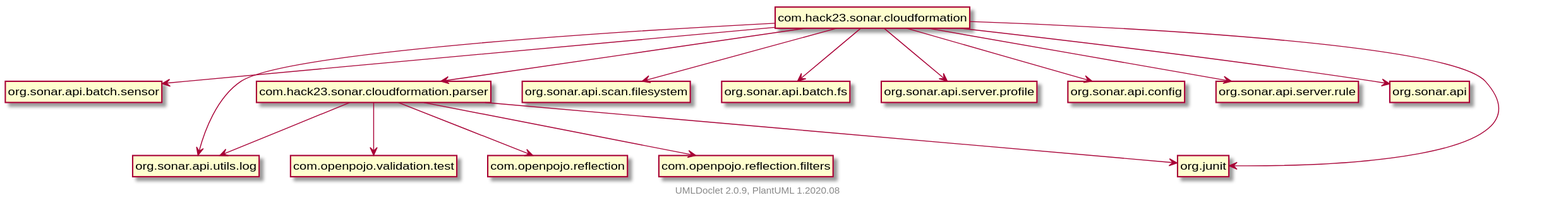
Earlier version of the PlantUML export testapidocs/package-dependencies.svg (Hack23/sonar-cloudformation-plugin).
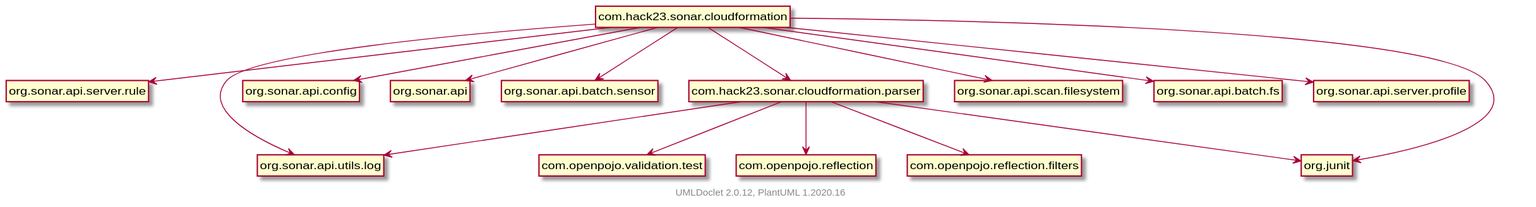
The same file after the commit.

Diff of the diagram source:
```diff
@@ -4,15 +4,15 @@
     hide empty fields
     hide empty methods
 
+    com.hack23.sonar.cloudformation --> org.sonar.api.server.rule
+    com.hack23.sonar.cloudformation --> org.sonar.api.utils.log
+    com.hack23.sonar.cloudformation --> org.sonar.api.config
+    com.hack23.sonar.cloudformation --> org.sonar.api
     com.hack23.sonar.cloudformation --> org.sonar.api.batch.sensor
-    com.hack23.sonar.cloudformation --> org.sonar.api.utils.log
     com.hack23.sonar.cloudformation --> com.hack23.sonar.cloudformation.parser
     com.hack23.sonar.cloudformation --> org.sonar.api.scan.filesystem
     com.hack23.sonar.cloudformation --> org.sonar.api.batch.fs
     com.hack23.sonar.cloudformation --> org.sonar.api.server.profile
-    com.hack23.sonar.cloudformation --> org.sonar.api.config
-    com.hack23.sonar.cloudformation --> org.sonar.api.server.rule
-    com.hack23.sonar.cloudformation --> org.sonar.api
     com.hack23.sonar.cloudformation --> org.junit
     com.hack23.sonar.cloudformation.parser --> org.sonar.api.utils.log
     com.hack23.sonar.cloudformation.parser --> org.junit
@@ -25,5 +25,5 @@
     class "com.hack23.sonar.cloudformation.parser" [[com/hack23/sonar/cloudformation/parser/package-summary.html]] {
     }
 
-    center footer UMLDoclet 2.0.9, PlantUML 1.2020.08
+    center footer UMLDoclet 2.0.12, PlantUML 1.2020.16
 @enduml
```
